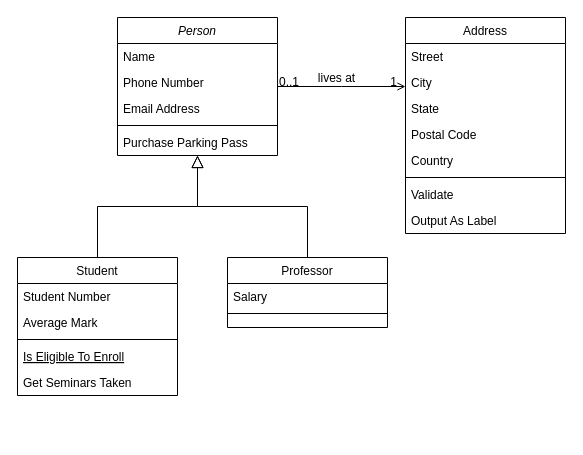
Above: Marta Diagram.drawio in martavohnoutova/Marta-Github-Local (draw.io), before the change. Source tidied: cells renumbered, new cells numbered last; positions are measured from the earlier drawing's top-left corner, leaving out a move shared by most shapes. Both pictures are drawn from the tidied source at 100%, with x=0, y=0 at pixel (17, 17).
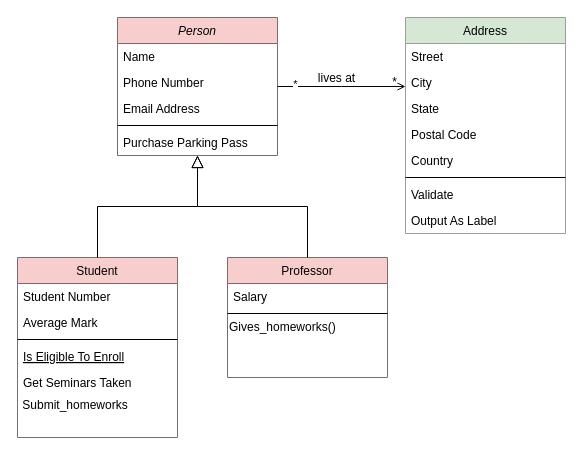
Above is the later version.

Commit message:
Marta Diagram Class.drawio

Unchanged cells that the change refers to:
```xml
<mxCell id="28" style="endArrow=open;shadow=0;strokeWidth=1;rounded=0;endFill=1;edgeStyle=elbowEdgeStyle;elbow=vertical;" parent="1" edge="1" source="2" target="19">
  <mxGeometry x="0.5" y="41" relative="1" as="geometry">
    <mxPoint x="-40" y="32" as="offset" />
  </mxGeometry>
</mxCell>
```

The edit, as a diff of the source:
```diff
@@
-    <mxCell id="2" value="Person" style="swimlane;fontStyle=2;align=center;verticalAlign=top;horizontal=1;startSize=26;rounded=0;shadow=0;strokeWidth=1;" parent="1" vertex="1">
+    <mxCell id="2" value="Person" style="swimlane;fontStyle=2;align=center;verticalAlign=top;horizontal=1;startSize=26;rounded=0;shadow=0;strokeWidth=1;fillColor=#f8cecc;strokeColor=#b85450;" parent="1" vertex="1">
       <mxGeometry x="100" width="160" height="138" as="geometry" />
     </mxCell>
@@
-    <mxCell id="8" value="Student" style="swimlane;fontStyle=0;align=center;verticalAlign=top;horizontal=1;startSize=26;rounded=0;shadow=0;strokeWidth=1;" parent="1" vertex="1">
-      <mxGeometry y="240" width="160" height="138" as="geometry" />
+    <mxCell id="8" value="Student" style="swimlane;fontStyle=0;align=center;verticalAlign=top;horizontal=1;startSize=26;rounded=0;shadow=0;strokeWidth=1;fillColor=#f8cecc;strokeColor=#b85450;" parent="1" vertex="1">
+      <mxGeometry y="240" width="160" height="180" as="geometry" />
     </mxCell>
@@
+    <mxCell id="32" value="&amp;nbsp;Submit_homeworks" style="text;html=1;align=left;verticalAlign=middle;strokeColor=none;" parent="8" vertex="1">
+      <mxGeometry y="138" width="160" height="20" as="geometry" />
+    </mxCell>
@@
-    <mxCell id="15" value="Professor" style="swimlane;fontStyle=0;align=center;verticalAlign=top;horizontal=1;startSize=26;rounded=0;shadow=0;strokeWidth=1;" parent="1" vertex="1">
-      <mxGeometry x="210" y="240" width="160" height="70" as="geometry" />
+    <mxCell id="15" value="Professor" style="swimlane;fontStyle=0;align=center;verticalAlign=top;horizontal=1;startSize=26;rounded=0;shadow=0;strokeWidth=1;fillColor=#f8cecc;strokeColor=#b85450;" parent="1" vertex="1">
+      <mxGeometry x="210" y="240" width="160" height="120" as="geometry" />
     </mxCell>
@@
+    <mxCell id="33" value="Gives_homeworks()" style="text;html=1;align=left;verticalAlign=middle;strokeColor=none;" parent="15" vertex="1">
+      <mxGeometry y="60" width="160" height="20" as="geometry" />
+    </mxCell>
@@
-    <mxCell id="19" value="Address" style="swimlane;fontStyle=0;align=center;verticalAlign=top;horizontal=1;startSize=26;rounded=0;shadow=0;strokeWidth=1;" parent="1" vertex="1">
+    <mxCell id="19" value="Address" style="swimlane;fontStyle=0;align=center;verticalAlign=top;horizontal=1;startSize=26;rounded=0;shadow=0;strokeWidth=1;fillColor=#d5e8d4;strokeColor=#82b366;" parent="1" vertex="1">
       <mxGeometry x="388" width="160" height="216" as="geometry" />
     </mxCell>
@@
-    <mxCell id="29" value="0..1" style="align=left;verticalAlign=bottom;labelBackgroundColor=none;fontSize=12;" parent="28" vertex="1">
-      <mxGeometry x="-1" relative="1" as="geometry">
-        <mxPoint y="4" as="offset" />
-      </mxGeometry>
-    </mxCell>
-    <mxCell id="30" value="1" style="align=right;verticalAlign=bottom;labelBackgroundColor=none;fontSize=12;" parent="28" vertex="1">
+    <mxCell id="30" value="*" style="align=right;verticalAlign=bottom;labelBackgroundColor=none;fontSize=12;" parent="28" vertex="1">
       <mxGeometry x="1" relative="1" as="geometry">
         <mxPoint x="-7" y="4" as="offset" />
       </mxGeometry>
     </mxCell>
@@
+    <mxCell id="34" value="*" style="edgeLabel;html=1;align=center;verticalAlign=middle;" parent="28" vertex="1">
+      <mxGeometry x="-0.73" y="3" relative="1" as="geometry" />
+    </mxCell>
```
